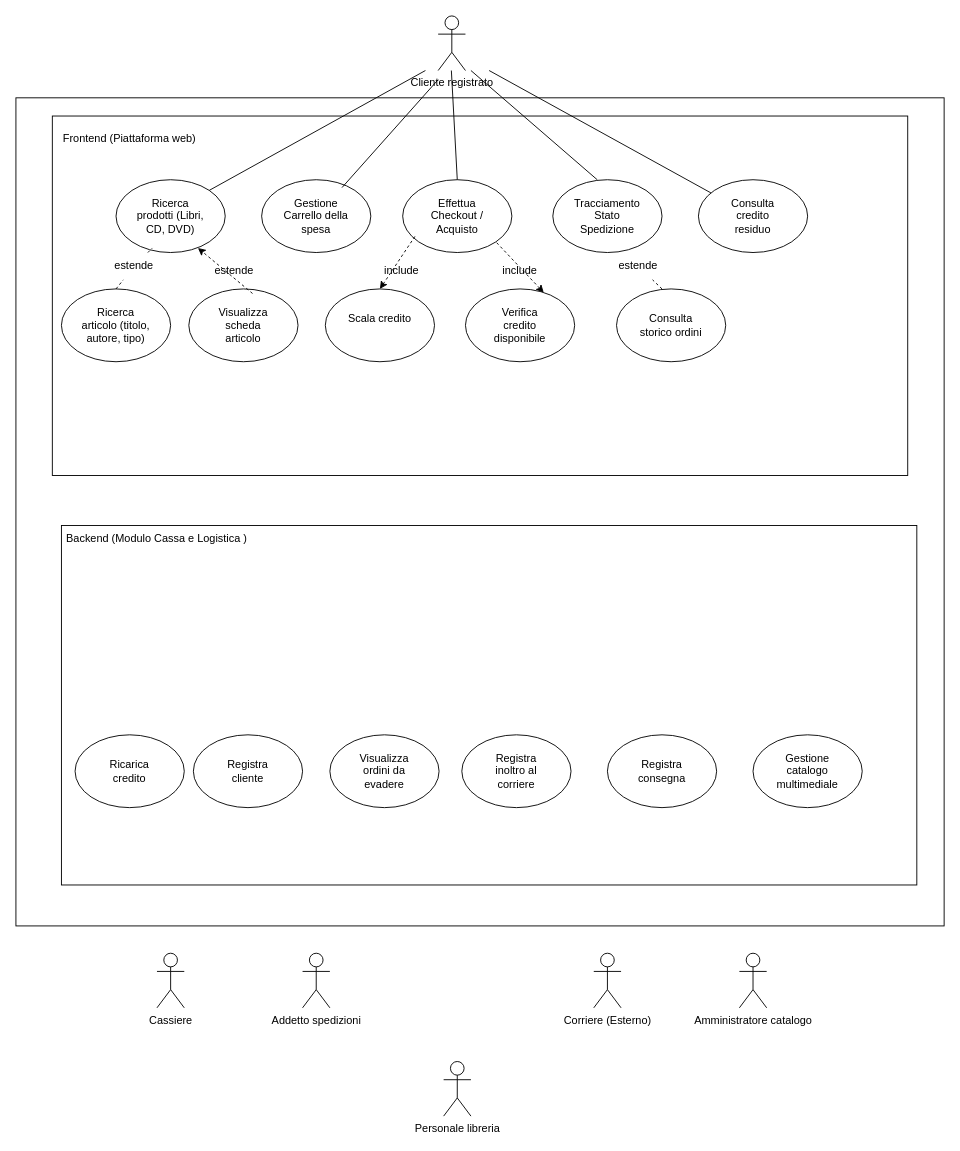
This is Esercizio.drawio from taskos07/UML-casi-pratici, a draw.io file, before an edit. Source tidied: cells renumbered, new cells numbered last; positions are measured from the earlier drawing's top-left corner, leaving out a move shared by most shapes. Both pictures are drawn from the tidied source at 91%, with x=0, y=0 at pixel (15, 15).
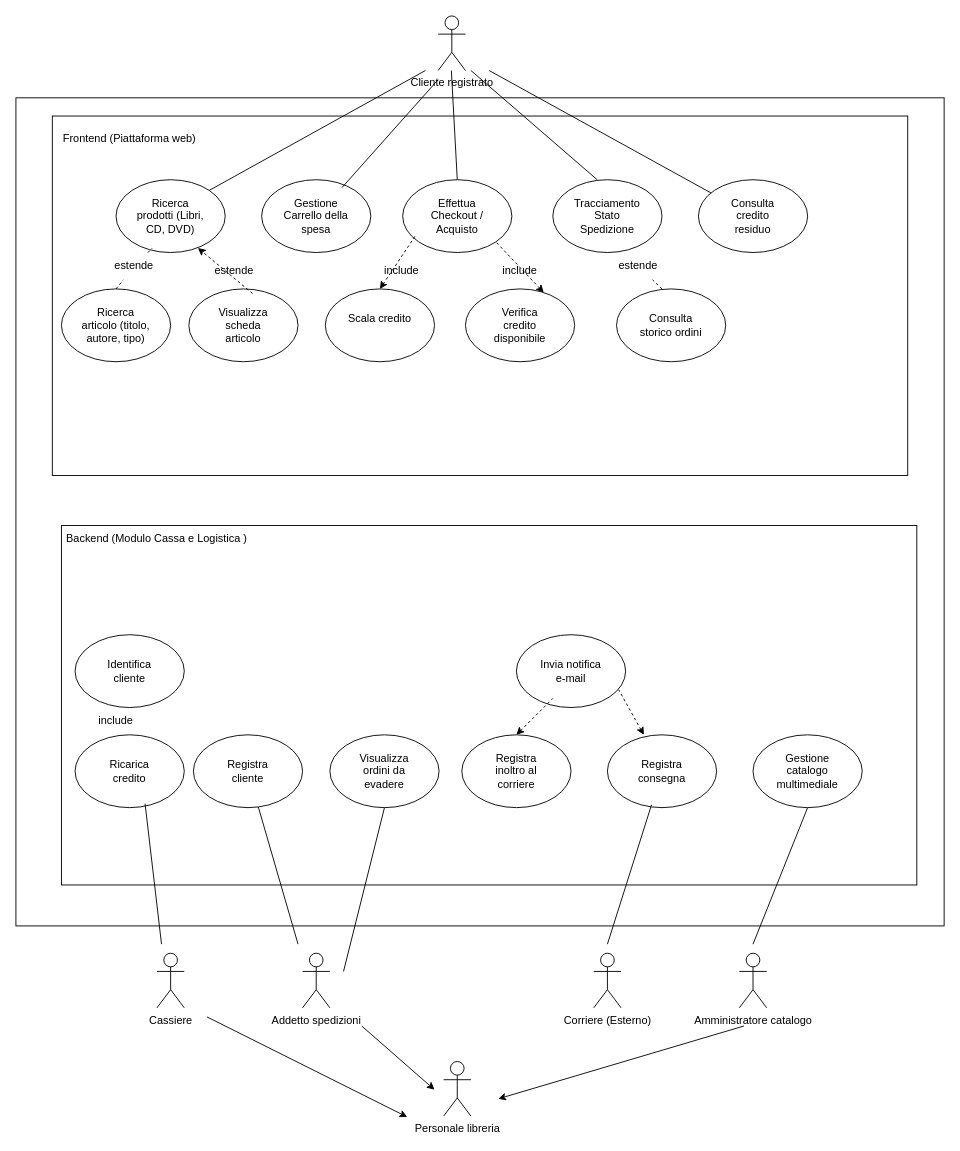
The same diagram, later.

Commit message:
completato diagramma UML: aggiunti collegamenti backend, ereditarietà personale ed eventi di notifica

Unchanged cells that the change refers to:
```xml
<mxCell id="45" style="ellipse;whiteSpace=wrap;html=1;shapeInside=1;" parent="1" vertex="1">
  <mxGeometry x="345" y="790" width="120" height="80" as="geometry" />
</mxCell>
<mxCell id="46" style="ellipse;whiteSpace=wrap;html=1;shapeInside=1;" parent="1" vertex="1">
  <mxGeometry x="490" y="790" width="120" height="80" as="geometry" />
</mxCell>
<mxCell id="47" style="ellipse;whiteSpace=wrap;html=1;shapeInside=1;" parent="1" vertex="1">
  <mxGeometry x="650" y="790" width="120" height="80" as="geometry" />
</mxCell>
<mxCell id="48" style="ellipse;whiteSpace=wrap;html=1;shapeInside=1;" parent="1" vertex="1">
  <mxGeometry x="810" y="790" width="120" height="80" as="geometry" />
</mxCell>
<mxCell id="51" style="ellipse;whiteSpace=wrap;html=1;shapeInside=1;" parent="1" vertex="1">
  <mxGeometry x="195" y="790" width="120" height="80" as="geometry" />
</mxCell>
<mxCell id="59" style="ellipse;whiteSpace=wrap;html=1;shapeInside=1;" parent="1" vertex="1">
  <mxGeometry x="65" y="790" width="120" height="80" as="geometry" />
</mxCell>
```

What changed in the source:
```diff
@@
+    <mxCell id="62" style="ellipse;whiteSpace=wrap;html=1;shapeInside=1;" parent="1" vertex="1">
+      <mxGeometry x="65" y="680" width="120" height="80" as="geometry" />
+    </mxCell>
+    <mxCell id="63" value="Identifica cliente" style="text;html=1;whiteSpace=wrap;strokeColor=none;fillColor=none;align=center;verticalAlign=middle;rounded=0;" parent="1" vertex="1">
+      <mxGeometry x="85" y="705" width="80" height="30" as="geometry" />
+    </mxCell>
+    <mxCell id="64" style="ellipse;whiteSpace=wrap;html=1;shapeInside=1;" parent="1" vertex="1">
+      <mxGeometry x="550" y="680" width="120" height="80" as="geometry" />
+    </mxCell>
+    <mxCell id="65" value="Invia notifica e-mail" style="text;html=1;whiteSpace=wrap;strokeColor=none;fillColor=none;align=center;verticalAlign=middle;rounded=0;" parent="1" vertex="1">
+      <mxGeometry x="570" y="705" width="80" height="30" as="geometry" />
+    </mxCell>
+    <mxCell id="66" style="endArrow=none;dashed=1;html=1;rounded=0;exitX=0.5;exitY=0;exitDx=0;exitDy=0;startArrow=classic;startFill=1;" parent="1" edge="1" source="46">
+      <mxGeometry relative="1" as="geometry">
+        <mxPoint x="590" y="750" as="targetPoint" />
+      </mxGeometry>
+    </mxCell>
+    <mxCell id="67" style="endArrow=none;dashed=1;html=1;rounded=0;startArrow=classic;startFill=1;entryX=0.936;entryY=0.755;entryDx=0;entryDy=0;entryPerimeter=0;" parent="1" edge="1" target="64">
+      <mxGeometry relative="1" as="geometry">
+        <mxPoint x="690" y="790" as="sourcePoint" />
+      </mxGeometry>
+    </mxCell>
+    <mxCell id="68" style="endArrow=none;html=1;rounded=0;entryX=0.5;entryY=1;entryDx=0;entryDy=0;" parent="1" edge="1" target="48">
+      <mxGeometry x="-0.64" relative="1" as="geometry">
+        <mxPoint x="810" y="1020" as="sourcePoint" />
+      </mxGeometry>
+    </mxCell>
+    <mxCell id="69" style="endArrow=none;html=1;rounded=0;entryX=0.404;entryY=0.961;entryDx=0;entryDy=0;entryPerimeter=0;" parent="1" edge="1" target="47">
+      <mxGeometry relative="1" as="geometry">
+        <mxPoint x="650" y="1020" as="sourcePoint" />
+      </mxGeometry>
+    </mxCell>
+    <mxCell id="70" style="endArrow=none;html=1;rounded=0;entryX=0.5;entryY=1;entryDx=0;entryDy=0;" parent="1" edge="1" target="45">
+      <mxGeometry relative="1" as="geometry">
+        <mxPoint x="360" y="1050" as="sourcePoint" />
+      </mxGeometry>
+    </mxCell>
+    <mxCell id="71" style="endArrow=none;html=1;rounded=0;" parent="1" edge="1" target="51">
+      <mxGeometry relative="1" as="geometry">
+        <mxPoint x="310" y="1020" as="sourcePoint" />
+      </mxGeometry>
+    </mxCell>
+    <mxCell id="72" style="endArrow=none;html=1;rounded=0;entryX=0.641;entryY=0.946;entryDx=0;entryDy=0;entryPerimeter=0;" parent="1" edge="1" target="59">
+      <mxGeometry relative="1" as="geometry">
+        <mxPoint x="160" y="1020" as="sourcePoint" />
+      </mxGeometry>
+    </mxCell>
+    <mxCell id="73" style="endArrow=classic;dashed=1;html=1;rounded=0;entryX=0.5;entryY=1;entryDx=0;entryDy=0;endFill=1;" parent="1" edge="1" source="75" target="62">
+      <mxGeometry relative="1" as="geometry" />
+    </mxCell>
+    <mxCell id="74" style="endArrow=classic;dashed=1;html=1;rounded=0;entryX=0.5;entryY=1;entryDx=0;entryDy=0;endFill=1;" parent="1" edge="1" target="75">
+      <mxGeometry relative="1" as="geometry">
+        <mxPoint x="110" y="790" as="sourcePoint" />
+      </mxGeometry>
+    </mxCell>
+    <mxCell id="75" value="include" style="text;html=1;whiteSpace=wrap;strokeColor=none;fillColor=none;align=center;verticalAlign=middle;rounded=0;" parent="1" vertex="1">
+      <mxGeometry x="80" y="760" width="60" height="30" as="geometry" />
+    </mxCell>
+    <mxCell id="76" style="endArrow=classic;html=1;rounded=0;" parent="1" edge="1">
+      <mxGeometry relative="1" as="geometry">
+        <mxPoint x="210" y="1100" as="sourcePoint" />
+        <mxPoint x="430" y="1210" as="targetPoint" />
+      </mxGeometry>
+    </mxCell>
+    <mxCell id="77" style="endArrow=classic;html=1;rounded=0;" parent="1" edge="1">
+      <mxGeometry relative="1" as="geometry">
+        <mxPoint x="380" y="1110" as="sourcePoint" />
+        <mxPoint x="460" y="1180" as="targetPoint" />
+      </mxGeometry>
+    </mxCell>
+    <mxCell id="78" style="endArrow=classic;html=1;rounded=0;" parent="1" edge="1">
+      <mxGeometry relative="1" as="geometry">
+        <mxPoint x="800" y="1110" as="sourcePoint" />
+        <mxPoint x="530" y="1190" as="targetPoint" />
+      </mxGeometry>
+    </mxCell>
```
